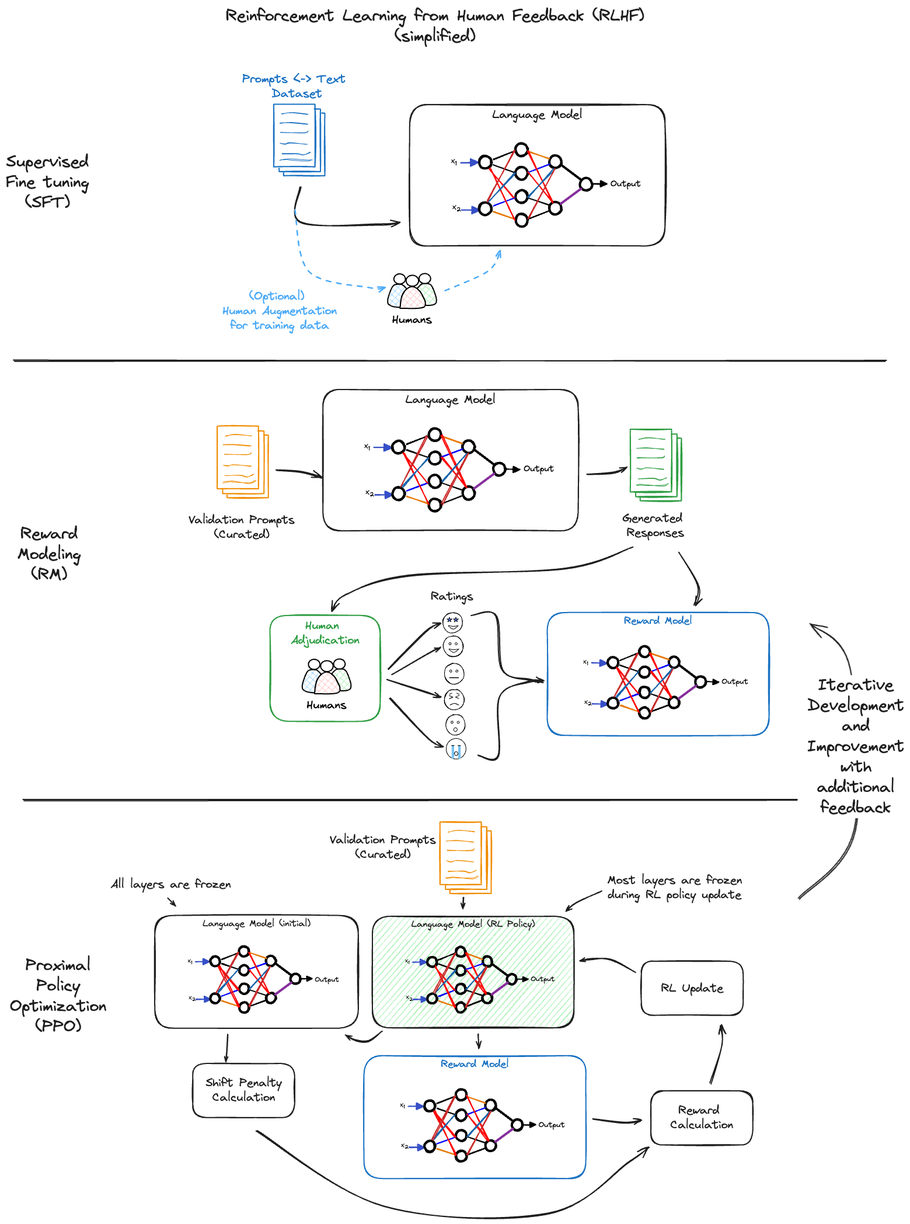
Above: docs/source/_static/images/tutorials/llms/RLHF-architecture.png in mlflow/mlflow (Excalidraw), before the change. Source tidied: one line per element, renumbered; positions are measured from the earlier drawing's top-left corner, leaving out a move shared by most shapes.
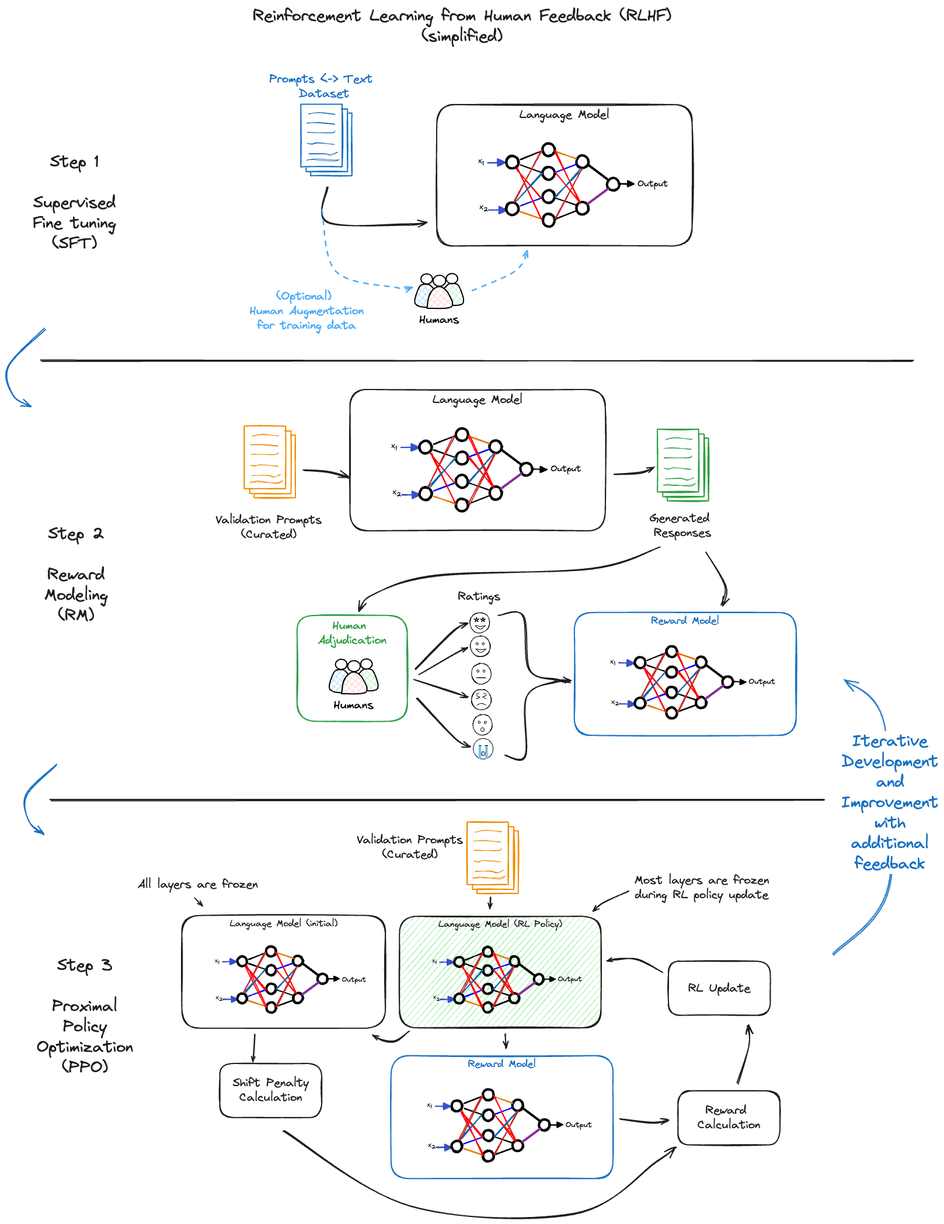
After the commit.

The edit, as a diff of the source:
```diff
@@ -236,7 +236,7 @@
 {"id": 235, "type": "text", "text": "Reward Model", "strokeColor": "#1971c2", "strokeWidth": 2, "roughness": 1, "fontSize": 17.38, "fontFamily": 1, "textAlign": "center", "inside": 234, "x": 1059, "y": 1044, "width": 116, "height": 22}
 {"id": 236, "type": "arrow", "strokeColor": "#1e1e1e", "strokeWidth": 2, "roughness": 1, "endArrowhead": "arrow", "round": true, "to": 234, "x": 1152, "y": 937, "width": 34, "height": 89, "points": [[0, 0], [34, 57], [27, 89]]}
 {"id": 237, "type": "arrow", "strokeColor": "#1e1e1e", "strokeWidth": 2, "roughness": 1, "endArrowhead": "arrow", "round": true, "to": 234, "x": 797, "y": 1043, "width": 123, "height": 111, "points": [[0, 0], [42, 2], [53, 93], [100, 111], [123, 111]]}
-{"id": 238, "type": "arrow", "strokeColor": "#1e1e1e", "strokeWidth": 2, "roughness": 1, "endArrowhead": "arrow", "round": true, "to": 234, "x": 809, "y": 1281, "width": 111, "height": 126, "points": [[0, 3], [35, 2], [37, -99], [86, -123], [111, -123]]}
+{"id": 238, "type": "arrow", "strokeColor": "#1e1e1e", "strokeWidth": 2, "roughness": 1, "endArrowhead": "arrow", "round": true, "to": 234, "x": 809, "y": 1284, "width": 111, "height": 126, "points": [[0, 0], [35, -1], [37, -101], [86, -126], [111, -126]]}
 {"id": 239, "type": "text", "text": "Ratings", "strokeColor": "#1e1e1e", "strokeWidth": 2, "roughness": 1, "fontSize": 20, "fontFamily": 1, "textAlign": "center", "x": 728, "y": 999, "width": 73, "height": 25}
 {"id": 240, "type": "line", "strokeColor": "#1e1e1e", "backgroundColor": "#ffc9c9", "fillStyle": "solid", "strokeWidth": 2, "roughness": 1, "round": true, "x": 30, "y": 1360, "width": 1325, "height": 0, "points": [[0, 0], [1325, 0]]}
 {"id": 241, "type": "ellipse", "strokeColor": "#000000", "angle": 1.57, "strokeWidth": 4, "roughness": 1, "x": 487, "y": 1658, "width": 17, "height": 17}
@@ -341,9 +341,11 @@
 {"id": 340, "type": "arrow", "strokeColor": "#1e1e1e", "backgroundColor": "#b2f2bb", "fillStyle": "hachure", "strokeWidth": 2, "roughness": 1, "endArrowhead": "arrow", "round": true, "from": 319, "to": 317, "x": 1206, "y": 1845, "width": 19, "height": 99, "points": [[0, 0], [19, -65], [19, -99]]}
 {"id": 341, "type": "arrow", "strokeColor": "#1e1e1e", "backgroundColor": "#b2f2bb", "fillStyle": "hachure", "strokeWidth": 2, "roughness": 1, "endArrowhead": "arrow", "round": true, "from": 317, "to": 0, "x": 1078, "y": 1655, "width": 96, "height": 22, "points": [[0, 0], [-43, -22], [-77, -22], [-96, -18]]}
 {"id": 342, "type": "text", "text": "Validation Prompts\n(Curated)", "strokeColor": "#1e1e1e", "backgroundColor": "#ffc9c9", "fillStyle": "solid", "strokeWidth": 2, "roughness": 1, "fontSize": 20, "fontFamily": 1, "textAlign": "center", "x": 555, "y": 1416, "width": 182, "height": 50}
-{"id": 343, "type": "text", "text": "Supervised\nFine tuning\n(SFT)", "strokeColor": "#1e1e1e", "backgroundColor": "#b2f2bb", "fillStyle": "hachure", "strokeWidth": 2, "roughness": 1, "fontSize": 28, "fontFamily": 1, "textAlign": "center", "x": 0, "y": 250, "width": 143, "height": 105}
+{"id": 343, "type": "text", "text": "Step 1\n\nSupervised\nFine tuning\n(SFT)", "strokeColor": "#1e1e1e", "backgroundColor": "#b2f2bb", "fillStyle": "hachure", "strokeWidth": 2, "roughness": 1, "fontSize": 28, "fontFamily": 1, "textAlign": "center", "x": 0, "y": 250, "width": 143, "height": 175}
-{"id": 344, "type": "text", "text": "Reward\nModeling\n(RM)", "strokeColor": "#1e1e1e", "backgroundColor": "#b2f2bb", "fillStyle": "hachure", "strokeWidth": 2, "roughness": 1, "fontSize": 28, "fontFamily": 1, "textAlign": "center", "x": 20, "y": 887, "width": 109, "height": 105}
+{"id": 344, "type": "text", "text": "Step 2\n\nReward\nModeling\n(RM)", "strokeColor": "#1e1e1e", "backgroundColor": "#b2f2bb", "fillStyle": "hachure", "strokeWidth": 2, "roughness": 1, "fontSize": 28, "fontFamily": 1, "textAlign": "center", "x": 20, "y": 887, "width": 109, "height": 175}
-{"id": 345, "type": "text", "text": "Proximal\nPolicy\nOptimization\n(PPO)", "strokeColor": "#1e1e1e", "backgroundColor": "#b2f2bb", "fillStyle": "hachure", "strokeWidth": 2, "roughness": 1, "fontSize": 28, "fontFamily": 1, "textAlign": "center", "x": 7, "y": 1626, "width": 165, "height": 140}
+{"id": 345, "type": "text", "text": "Step 3\n\nProximal\nPolicy\nOptimization\n(PPO)", "strokeColor": "#1e1e1e", "backgroundColor": "#b2f2bb", "fillStyle": "hachure", "strokeWidth": 2, "roughness": 1, "fontSize": 28, "fontFamily": 1, "textAlign": "center", "x": 7, "y": 1626, "width": 165, "height": 210}
-{"id": 346, "type": "arrow", "strokeColor": "#1e1e1e", "backgroundColor": "#b2f2bb", "fillStyle": "hachure", "strokeWidth": 2, "roughness": 1, "endArrowhead": "arrow", "round": true, "x": 1354, "y": 1528, "width": 95, "height": 471, "points": [[0, 0], [95, -117], [87, -395], [18, -471]]}
+{"id": 346, "type": "arrow", "strokeColor": "#1971c2", "backgroundColor": "#b2f2bb", "fillStyle": "hachure", "strokeWidth": 2, "roughness": 1, "endArrowhead": "arrow", "round": true, "x": 1366, "y": 1624, "width": 95, "height": 471, "points": [[0, 0], [95, -117], [87, -395], [18, -471]]}
-{"id": 347, "type": "text", "text": "Iterative\nDevelopment\nand\nImprovement\nwith\nadditional\nfeedback", "strokeColor": "#1e1e1e", "backgroundColor": "#b2f2bb", "fillStyle": "hachure", "strokeWidth": 2, "roughness": 1, "fontSize": 28, "fontFamily": 1, "textAlign": "center", "verticalAlign": "middle", "inside": 346, "x": 1373, "y": 1146, "width": 166, "height": 245}
+{"id": 347, "type": "text", "text": "Iterative\nDevelopment\nand\nImprovement\nwith\nadditional\nfeedback", "strokeColor": "#1971c2", "backgroundColor": "#b2f2bb", "fillStyle": "hachure", "strokeWidth": 2, "roughness": 1, "fontSize": 28, "fontFamily": 1, "textAlign": "center", "verticalAlign": "middle", "inside": 346, "x": 1373, "y": 1146, "width": 166, "height": 245}
 {"id": 348, "type": "text", "text": "Reinforcement Learning from Human Feedback (RLHF)\n(simplified)", "strokeColor": "#1e1e1e", "backgroundColor": "#b2f2bb", "fillStyle": "hachure", "strokeWidth": 2, "roughness": 1, "fontSize": 28, "fontFamily": 1, "textAlign": "center", "x": 377, "y": 0, "width": 716, "height": 70}
+{"id": 349, "type": "arrow", "strokeColor": "#1971c2", "backgroundColor": "#b2f2bb", "fillStyle": "solid", "strokeWidth": 2, "roughness": 1, "endArrowhead": "arrow", "round": true, "x": 20, "y": 553, "width": 63, "height": 133, "points": [[0, 0], [-63, 65], [-54, 115], [-23, 133]]}
+{"id": 350, "type": "arrow", "strokeColor": "#1971c2", "backgroundColor": "#b2f2bb", "fillStyle": "solid", "strokeWidth": 2, "roughness": 1, "endArrowhead": "arrow", "round": true, "x": 40, "y": 1299, "width": 51, "height": 119, "points": [[0, 0], [-51, 52], [-45, 97], [-21, 119]]}
```
